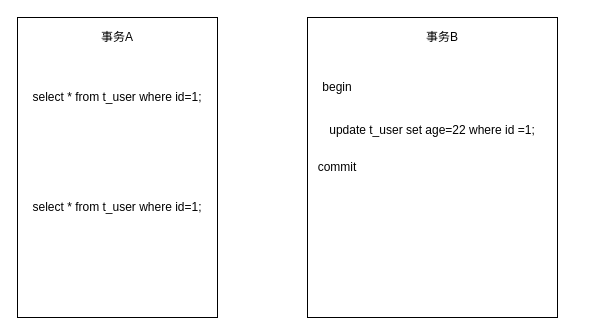
This is page "不可重读" (7 of 9) of img/事务.drawio from helemile/helemile, a draw.io file, before an edit. Source tidied: cells renumbered, new cells numbered last; positions are measured from the earlier drawing's top-left corner, leaving out a move shared by most shapes. Both pictures are drawn from the tidied source at 100%, with x=0, y=0 at pixel (17, 17).
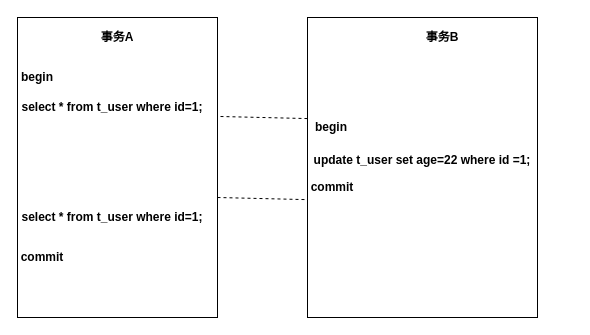
After the change.

What changed in the source:
```diff
@@
 <mxGraphModel>
   <root>
     <mxCell id="0" />
     <mxCell id="1" parent="0" />
-    <mxCell id="2" style="rounded=0;whiteSpace=wrap;html=1;" parent="1" vertex="1">
+    <mxCell id="2" style="rounded=0;whiteSpace=wrap;html=1;fontStyle=1;" parent="1" vertex="1">
       <mxGeometry width="200" height="300" as="geometry" />
     </mxCell>
-    <mxCell id="3" style="rounded=0;whiteSpace=wrap;html=1;" parent="1" vertex="1">
-      <mxGeometry x="290" width="250" height="300" as="geometry" />
+    <mxCell id="3" style="rounded=0;whiteSpace=wrap;html=1;fontStyle=1;" parent="1" vertex="1">
+      <mxGeometry x="290" width="230" height="300" as="geometry" />
     </mxCell>
-    <mxCell id="4" value="事务A" style="text;html=1;strokeColor=none;fillColor=none;align=center;verticalAlign=middle;whiteSpace=wrap;rounded=0;" parent="1" vertex="1">
+    <mxCell id="4" value="事务A" style="text;html=1;strokeColor=none;fillColor=none;align=center;verticalAlign=middle;whiteSpace=wrap;rounded=0;fontStyle=1;" parent="1" vertex="1">
       <mxGeometry x="80" y="10" width="40" height="20" as="geometry" />
     </mxCell>
-    <mxCell id="5" value="事务B" style="text;html=1;strokeColor=none;fillColor=none;align=center;verticalAlign=middle;whiteSpace=wrap;rounded=0;" parent="1" vertex="1">
+    <mxCell id="5" value="事务B" style="text;html=1;strokeColor=none;fillColor=none;align=center;verticalAlign=middle;whiteSpace=wrap;rounded=0;fontStyle=1;" parent="1" vertex="1">
       <mxGeometry x="405" y="10" width="40" height="20" as="geometry" />
     </mxCell>
-    <mxCell id="6" value="select * from t_user where id=1;" style="text;html=1;strokeColor=none;fillColor=none;align=center;verticalAlign=middle;whiteSpace=wrap;rounded=0;" parent="1" vertex="1">
-      <mxGeometry x="10" y="70" width="180" height="20" as="geometry" />
+    <mxCell id="6" value="select * from t_user where id=1;" style="text;html=1;strokeColor=none;fillColor=none;align=center;verticalAlign=middle;whiteSpace=wrap;rounded=0;fontStyle=1;" parent="1" vertex="1">
+      <mxGeometry y="80" width="190" height="20" as="geometry" />
     </mxCell>
-    <mxCell id="7" value="&lt;br&gt;update t_user set age=22 where id =1;" style="text;html=1;strokeColor=none;fillColor=none;align=center;verticalAlign=middle;whiteSpace=wrap;rounded=0;" parent="1" vertex="1">
-      <mxGeometry x="275" y="90" width="280" height="30" as="geometry" />
+    <mxCell id="7" value="&lt;br&gt;update t_user set age=22 where id =1;" style="text;html=1;strokeColor=none;fillColor=none;align=center;verticalAlign=middle;whiteSpace=wrap;rounded=0;fontStyle=1;" parent="1" vertex="1">
+      <mxGeometry x="265" y="120" width="280" height="30" as="geometry" />
     </mxCell>
-    <mxCell id="8" value="begin" style="text;html=1;strokeColor=none;fillColor=none;align=center;verticalAlign=middle;whiteSpace=wrap;rounded=0;" parent="1" vertex="1">
-      <mxGeometry x="300" y="60" width="40" height="20" as="geometry" />
+    <mxCell id="8" value="begin" style="text;html=1;strokeColor=none;fillColor=none;align=center;verticalAlign=middle;whiteSpace=wrap;rounded=0;fontStyle=1;" parent="1" vertex="1">
+      <mxGeometry x="294" y="100" width="40" height="20" as="geometry" />
     </mxCell>
-    <mxCell id="9" value="commit" style="text;html=1;strokeColor=none;fillColor=none;align=center;verticalAlign=middle;whiteSpace=wrap;rounded=0;" parent="1" vertex="1">
-      <mxGeometry x="300" y="140" width="40" height="20" as="geometry" />
+    <mxCell id="9" value="commit" style="text;html=1;strokeColor=none;fillColor=none;align=center;verticalAlign=middle;whiteSpace=wrap;rounded=0;fontStyle=1;" parent="1" vertex="1">
+      <mxGeometry x="290" y="160" width="50" height="20" as="geometry" />
     </mxCell>
-    <mxCell id="10" value="select * from t_user where id=1;" style="text;html=1;strokeColor=none;fillColor=none;align=center;verticalAlign=middle;whiteSpace=wrap;rounded=0;" parent="1" vertex="1">
-      <mxGeometry x="10" y="180" width="180" height="20" as="geometry" />
+    <mxCell id="10" value="select * from t_user where id=1;" style="text;html=1;strokeColor=none;fillColor=none;align=center;verticalAlign=middle;whiteSpace=wrap;rounded=0;fontStyle=1;" parent="1" vertex="1">
+      <mxGeometry y="190" width="190" height="20" as="geometry" />
     </mxCell>
+    <mxCell id="11" value="begin" style="text;html=1;strokeColor=none;fillColor=none;align=center;verticalAlign=middle;whiteSpace=wrap;rounded=0;fontStyle=1;" parent="1" vertex="1">
+      <mxGeometry y="50" width="40" height="20" as="geometry" />
+    </mxCell>
+    <mxCell id="12" value="commit" style="text;html=1;strokeColor=none;fillColor=none;align=center;verticalAlign=middle;whiteSpace=wrap;rounded=0;fontStyle=1;" parent="1" vertex="1">
+      <mxGeometry x="10" y="230" width="30" height="20" as="geometry" />
+    </mxCell>
+    <mxCell id="13" style="endArrow=none;dashed=1;html=1;exitX=1.015;exitY=0.33;exitDx=0;exitDy=0;exitPerimeter=0;entryX=0.004;entryY=0.337;entryDx=0;entryDy=0;entryPerimeter=0;" parent="1" edge="1" source="2" target="3">
+      <mxGeometry relative="1" as="geometry" />
+    </mxCell>
+    <mxCell id="14" style="endArrow=none;dashed=1;html=1;exitX=1.015;exitY=0.33;exitDx=0;exitDy=0;exitPerimeter=0;entryX=0.004;entryY=0.337;entryDx=0;entryDy=0;entryPerimeter=0;" parent="1" edge="1">
+      <mxGeometry relative="1" as="geometry">
+        <mxPoint x="200" y="180" as="sourcePoint" />
+        <mxPoint x="287.9" y="182.1" as="targetPoint" />
+      </mxGeometry>
+    </mxCell>
   </root>
 </mxGraphModel>
```
